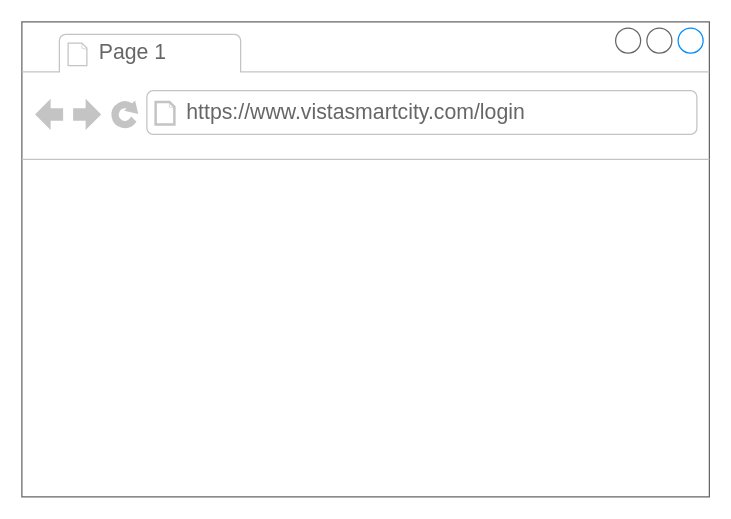
The draw.io diagram project/LoginPageMockup.drawio in josura/HCI, before the edit. Source tidied: cells renumbered, new cells numbered last; positions are measured from the earlier drawing's top-left corner, leaving out a move shared by most shapes. Both pictures are drawn from the tidied source at 125%, with x=0, y=0 at pixel (21, 21).
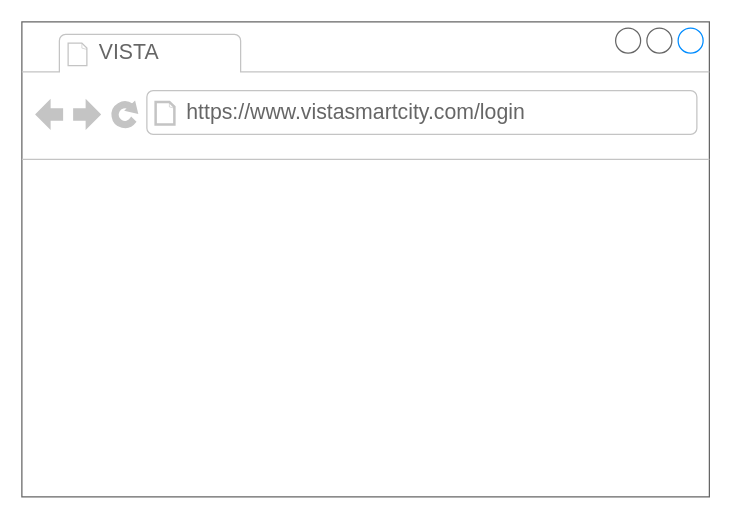
The same diagram, later.

What changed in the source:
```diff
@@
 <mxGraphModel>
   <root>
     <mxCell id="0" />
     <mxCell id="1" parent="0" />
     <mxCell id="2" style="strokeWidth=1;shadow=0;dashed=0;align=center;html=1;shape=mxgraph.mockup.containers.browserWindow;rSize=0;strokeColor=#666666;strokeColor2=#008cff;strokeColor3=#c4c4c4;mainText=,;" parent="1" vertex="1">
       <mxGeometry width="550" height="380" as="geometry" />
     </mxCell>
-    <mxCell id="3" value="Page 1" style="strokeWidth=1;shadow=0;dashed=0;align=center;html=1;shape=mxgraph.mockup.containers.anchor;fontSize=17;fontColor=#666666;align=left;whiteSpace=wrap;" parent="2" vertex="1">
+    <mxCell id="3" value="VISTA" style="strokeWidth=1;shadow=0;dashed=0;align=center;html=1;shape=mxgraph.mockup.containers.anchor;fontSize=17;fontColor=#666666;align=left;whiteSpace=wrap;" parent="2" vertex="1">
       <mxGeometry x="60" y="12" width="110" height="26" as="geometry" />
     </mxCell>
     <mxCell id="4" value="https://www.vistasmartcity.com/login" style="strokeWidth=1;shadow=0;dashed=0;align=center;html=1;shape=mxgraph.mockup.containers.anchor;rSize=0;fontSize=17;fontColor=#666666;align=left;" parent="2" vertex="1">
       <mxGeometry x="130" y="60" width="250" height="26" as="geometry" />
     </mxCell>
   </root>
 </mxGraphModel>
```
